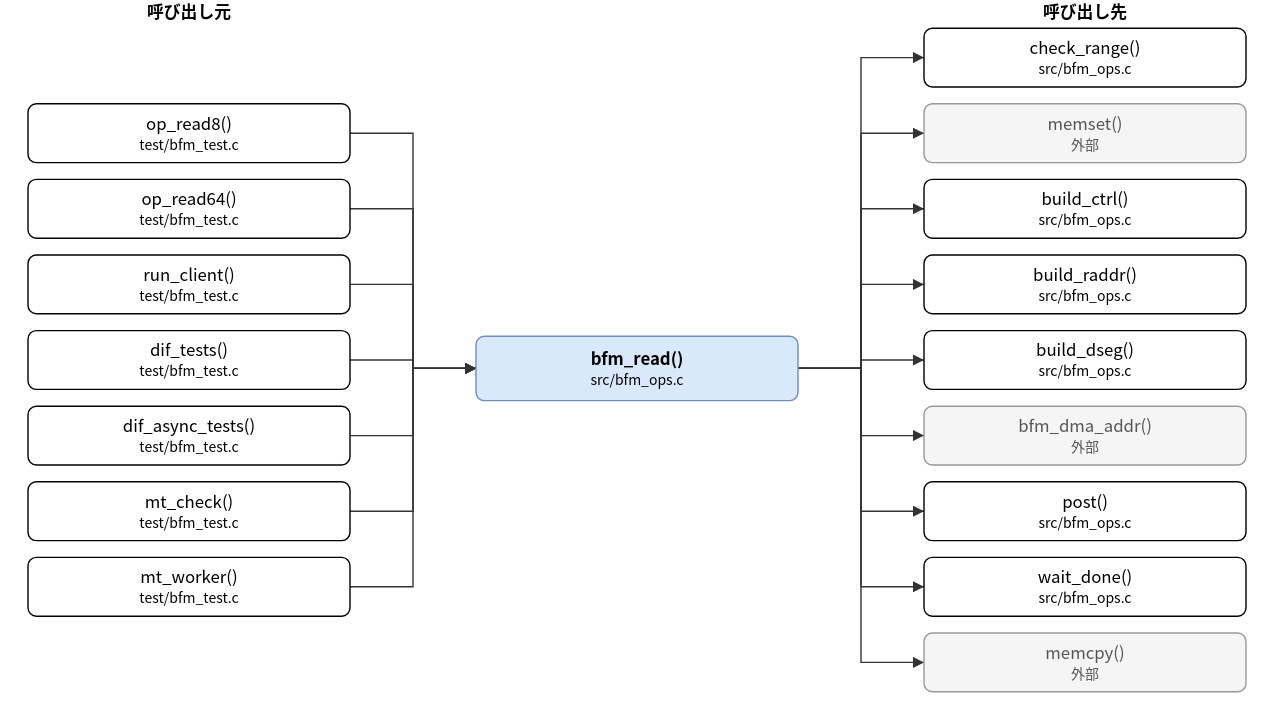
hf355051012-ai/bfmem keeps this draw.io diagram as doc/spec/images/call_src_bfm_ops-bfm_read.drawio.svg. Above is the earlier version. Source tidied: cells renumbered, new cells last; positions are measured from the earlier drawing's top-left corner, leaving out a move shared by most shapes.
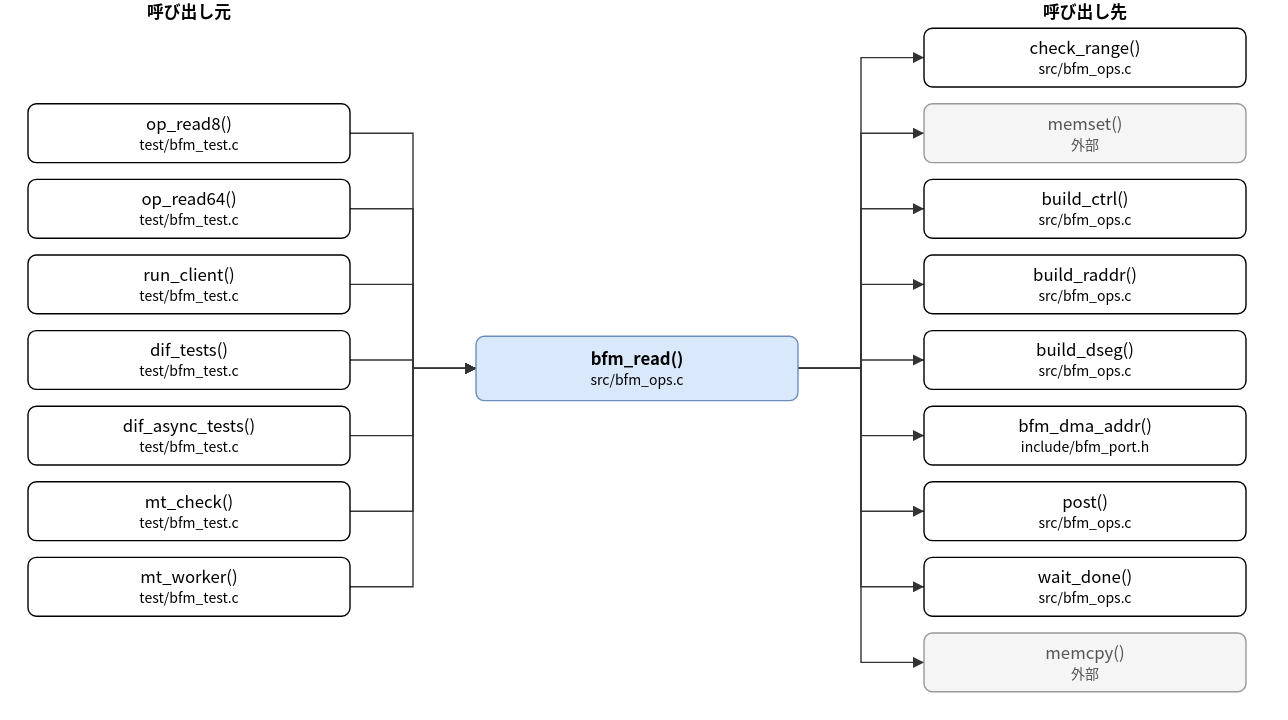
The same file after the commit.

Change to the diagram source:
```diff
@@ -41,7 +41,7 @@
     <mxCell id="14" value="build_dseg()&lt;br&gt;&lt;font style=&quot;font-size:10px&quot;&gt;src/bfm_ops.c&lt;/font&gt;" style="rounded=1;whiteSpace=wrap;html=1;" parent="1" vertex="1">
       <mxGeometry x="640" y="236" width="230" height="42" as="geometry" />
     </mxCell>
-    <mxCell id="15" value="bfm_dma_addr()&lt;br&gt;&lt;font style=&quot;font-size:10px&quot;&gt;外部&lt;/font&gt;" style="rounded=1;whiteSpace=wrap;html=1;fillColor=#f5f5f5;strokeColor=#999999;fontColor=#555555;" parent="1" vertex="1">
+    <mxCell id="15" value="bfm_dma_addr()&lt;br&gt;&lt;font style=&quot;font-size:10px&quot;&gt;include/bfm_port.h&lt;/font&gt;" style="rounded=1;whiteSpace=wrap;html=1;" parent="1" vertex="1">
       <mxGeometry x="640" y="290" width="230" height="42" as="geometry" />
     </mxCell>
     <mxCell id="16" value="post()&lt;br&gt;&lt;font style=&quot;font-size:10px&quot;&gt;src/bfm_ops.c&lt;/font&gt;" style="rounded=1;whiteSpace=wrap;html=1;" parent="1" vertex="1">
```
